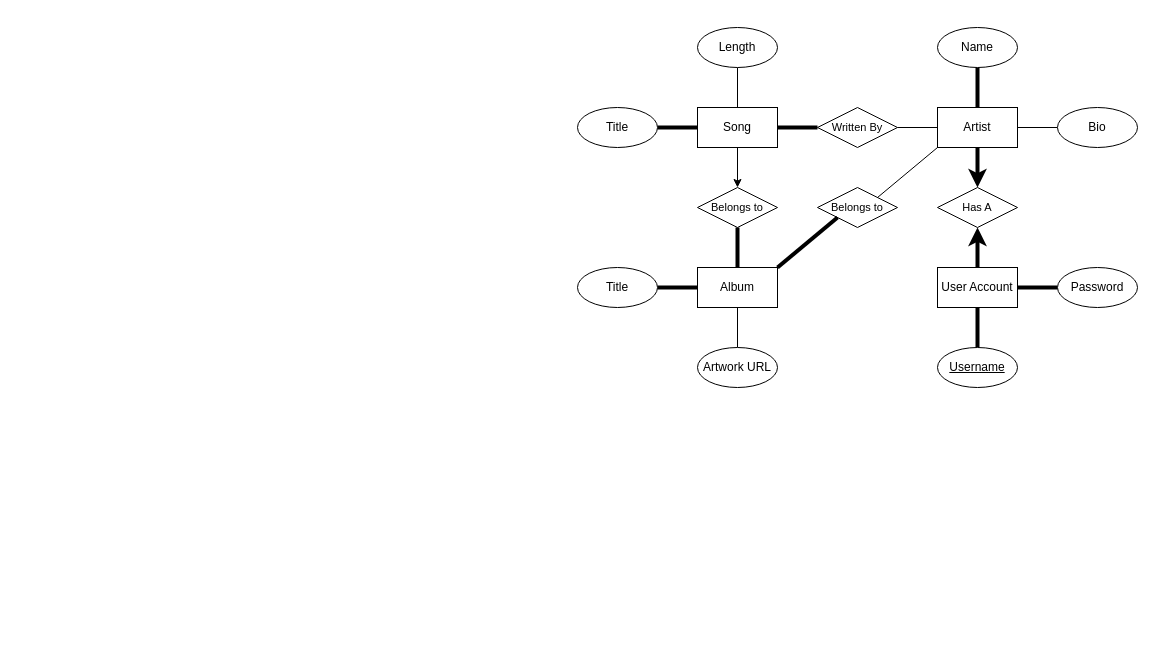
MackInSpace/2-SQL keeps this draw.io diagram as week1/relationships_exercise.drawio. Above is the earlier version. Source tidied: cells renumbered, new cells numbered last; positions are measured from the earlier drawing's top-left corner, leaving out a move shared by most shapes. Both pictures are drawn from the tidied source at 100%, with x=0, y=0 at pixel (577, 27).
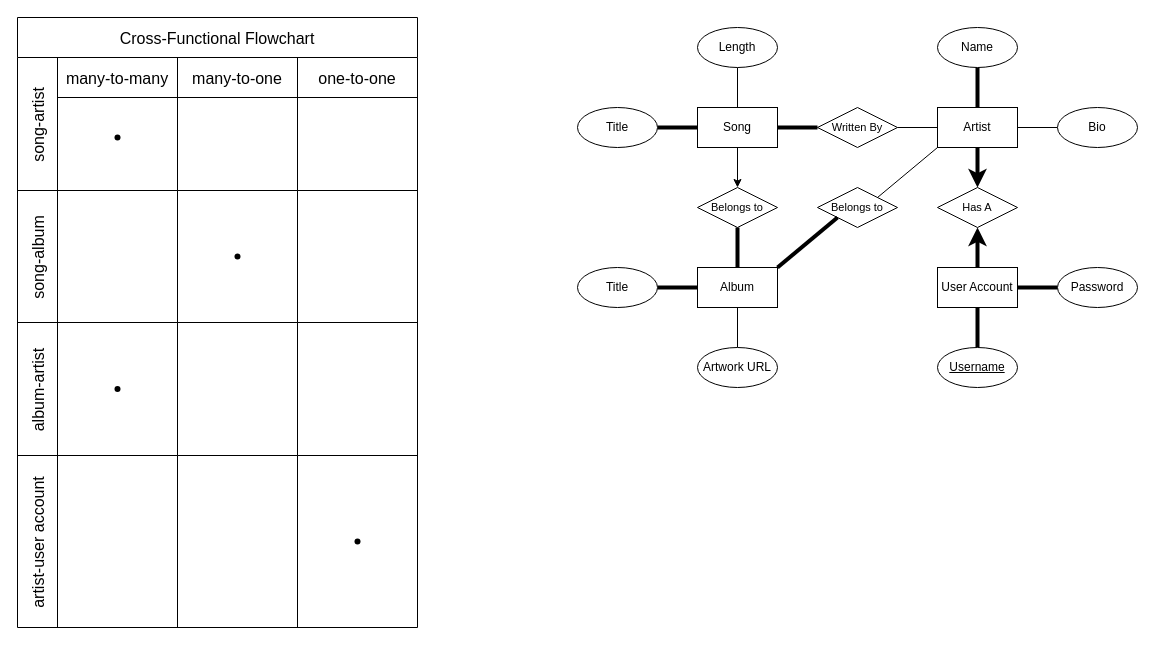
The same diagram, later.

Commit message:
relationship types

Diff of the diagram source:
```diff
@@
+    <mxCell id="34" value="Cross-Functional Flowchart" style="shape=table;childLayout=tableLayout;startSize=40;fontSize=16;" parent="1" vertex="1">
+      <mxGeometry x="-560" y="-10" width="400" height="610" as="geometry" />
+    </mxCell>
+    <mxCell id="35" value="song-artist" style="shape=tableRow;horizontal=0;swimlaneHead=0;swimlaneBody=0;top=0;left=0;strokeColor=inherit;bottom=0;right=0;fontStyle=0;fillColor=none;startSize=40;fontSize=16;" parent="34" vertex="1">
+      <mxGeometry y="40" width="400" height="133" as="geometry" />
+    </mxCell>
+    <mxCell id="36" value="many-to-many" style="swimlane;swimlaneHead=0;swimlaneBody=0;fontStyle=0;strokeColor=inherit;fillColor=none;startSize=40;fontSize=16;" parent="35" vertex="1">
+      <mxGeometry x="40" width="120" height="133" as="geometry" />
+    </mxCell>
+    <mxCell id="37" style="shape=waypoint;sketch=0;fillStyle=solid;size=6;fillColor=none;perimeter=centerPerimeter;" parent="36" vertex="1">
+      <mxGeometry x="50" y="70" width="20" height="20" as="geometry" />
+    </mxCell>
+    <mxCell id="38" value="many-to-one" style="swimlane;swimlaneHead=0;swimlaneBody=0;fontStyle=0;strokeColor=inherit;fillColor=none;startSize=40;fontSize=16;" parent="35" vertex="1">
+      <mxGeometry x="160" width="120" height="133" as="geometry" />
+    </mxCell>
+    <mxCell id="39" value="one-to-one" style="swimlane;swimlaneHead=0;swimlaneBody=0;fontStyle=0;strokeColor=inherit;fillColor=none;startSize=40;fontSize=16;" parent="35" vertex="1">
+      <mxGeometry x="280" width="120" height="133" as="geometry" />
+    </mxCell>
+    <mxCell id="40" value="song-album" style="shape=tableRow;horizontal=0;swimlaneHead=0;swimlaneBody=0;top=0;left=0;strokeColor=inherit;bottom=0;right=0;fontStyle=0;fillColor=none;startSize=40;fontSize=16;" parent="34" vertex="1">
+      <mxGeometry y="173" width="400" height="132" as="geometry" />
+    </mxCell>
+    <mxCell id="41" style="swimlane;swimlaneHead=0;swimlaneBody=0;fontStyle=0;strokeColor=inherit;fillColor=none;startSize=0;fontSize=16;" parent="40" vertex="1">
+      <mxGeometry x="40" width="120" height="132" as="geometry" />
+    </mxCell>
+    <mxCell id="42" style="swimlane;swimlaneHead=0;swimlaneBody=0;fontStyle=0;strokeColor=inherit;fillColor=none;startSize=0;fontSize=16;" parent="40" vertex="1">
+      <mxGeometry x="160" width="120" height="132" as="geometry" />
+    </mxCell>
+    <mxCell id="43" style="shape=waypoint;sketch=0;fillStyle=solid;size=6;fillColor=none;perimeter=centerPerimeter;" parent="42" vertex="1">
+      <mxGeometry x="50" y="56" width="20" height="20" as="geometry" />
+    </mxCell>
+    <mxCell id="44" style="swimlane;swimlaneHead=0;swimlaneBody=0;fontStyle=0;strokeColor=inherit;fillColor=none;startSize=0;fontSize=16;" parent="40" vertex="1">
+      <mxGeometry x="280" width="120" height="132" as="geometry" />
+    </mxCell>
+    <mxCell id="45" value="album-artist" style="shape=tableRow;horizontal=0;swimlaneHead=0;swimlaneBody=0;top=0;left=0;strokeColor=inherit;bottom=0;right=0;fontStyle=0;fillColor=none;startSize=40;fontSize=16;" parent="34" vertex="1">
+      <mxGeometry y="305" width="400" height="133" as="geometry" />
+    </mxCell>
+    <mxCell id="46" style="swimlane;swimlaneHead=0;swimlaneBody=0;fontStyle=0;strokeColor=inherit;fillColor=none;startSize=0;fontSize=16;" parent="45" vertex="1">
+      <mxGeometry x="40" width="120" height="133" as="geometry" />
+    </mxCell>
+    <mxCell id="47" style="shape=waypoint;sketch=0;fillStyle=solid;size=6;fillColor=none;perimeter=centerPerimeter;" parent="46" vertex="1">
+      <mxGeometry x="50" y="56.5" width="20" height="20" as="geometry" />
+    </mxCell>
+    <mxCell id="48" style="swimlane;swimlaneHead=0;swimlaneBody=0;fontStyle=0;strokeColor=inherit;fillColor=none;startSize=0;fontSize=16;" parent="45" vertex="1">
+      <mxGeometry x="160" width="120" height="133" as="geometry" />
+    </mxCell>
+    <mxCell id="49" style="swimlane;swimlaneHead=0;swimlaneBody=0;fontStyle=0;strokeColor=inherit;fillColor=none;startSize=0;fontSize=16;" parent="45" vertex="1">
+      <mxGeometry x="280" width="120" height="133" as="geometry" />
+    </mxCell>
+    <mxCell id="50" value="artist-user account" style="shape=tableRow;horizontal=0;swimlaneHead=0;swimlaneBody=0;top=0;left=0;strokeColor=inherit;bottom=0;right=0;fontStyle=0;fillColor=none;startSize=40;fontSize=16;" parent="34" vertex="1">
+      <mxGeometry y="438" width="400" height="172" as="geometry" />
+    </mxCell>
+    <mxCell id="51" style="swimlane;swimlaneHead=0;swimlaneBody=0;fontStyle=0;strokeColor=inherit;fillColor=none;startSize=0;fontSize=16;" parent="50" vertex="1">
+      <mxGeometry x="40" width="120" height="172" as="geometry" />
+    </mxCell>
+    <mxCell id="52" style="swimlane;swimlaneHead=0;swimlaneBody=0;fontStyle=0;strokeColor=inherit;fillColor=none;startSize=0;fontSize=16;" parent="50" vertex="1">
+      <mxGeometry x="160" width="120" height="172" as="geometry" />
+    </mxCell>
+    <mxCell id="53" style="swimlane;swimlaneHead=0;swimlaneBody=0;fontStyle=0;strokeColor=inherit;fillColor=none;startSize=0;fontSize=16;" parent="50" vertex="1">
+      <mxGeometry x="280" width="120" height="172" as="geometry" />
+    </mxCell>
+    <mxCell id="54" style="shape=waypoint;sketch=0;fillStyle=solid;size=6;fillColor=none;perimeter=centerPerimeter;" parent="53" vertex="1">
+      <mxGeometry x="50" y="76" width="20" height="20" as="geometry" />
+    </mxCell>
```
